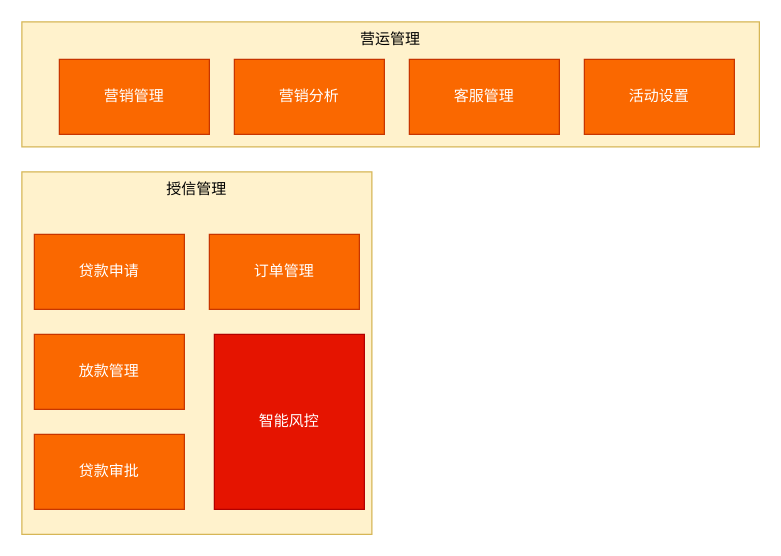
Above: 智能信贷业务应用.drawio in liojian198/Bin-Blog (draw.io), before the change. Source tidied: cells renumbered, new cells numbered last; positions are measured from the earlier drawing's top-left corner, leaving out a move shared by most shapes. Both pictures are drawn from the tidied source at 125%, with x=0, y=0 at pixel (21, 21).
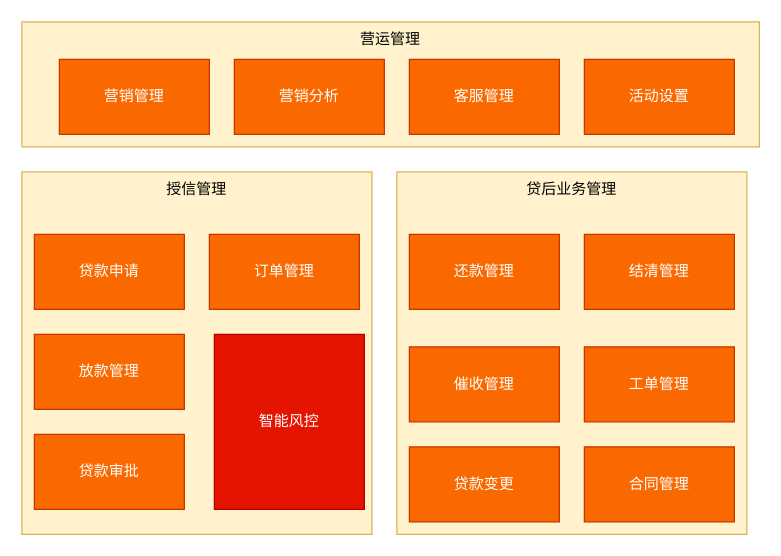
The same page after the edit.

Commit message (it also covers changes not shown here):
更新智能信贷业务应用.drawio

Diff of the diagram source:
```diff
@@
 <mxGraphModel>
   <root>
     <mxCell id="0" />
     <mxCell id="1" parent="0" />
     <mxCell id="2" value="营运管理" style="rounded=0;whiteSpace=wrap;html=1;fillColor=#fff2cc;strokeColor=#d6b656;verticalAlign=top;" parent="1" vertex="1">
       <mxGeometry width="590" height="100" as="geometry" />
     </mxCell>
     <mxCell id="3" value="营销管理" style="rounded=0;whiteSpace=wrap;html=1;fillColor=#fa6800;strokeColor=#C73500;fontColor=#ffffff;" parent="1" vertex="1">
       <mxGeometry x="30" y="30" width="120" height="60" as="geometry" />
     </mxCell>
     <mxCell id="4" value="营销分析" style="rounded=0;whiteSpace=wrap;html=1;fillColor=#fa6800;strokeColor=#C73500;fontColor=#ffffff;" parent="1" vertex="1">
       <mxGeometry x="170" y="30" width="120" height="60" as="geometry" />
     </mxCell>
     <mxCell id="5" value="客服管理" style="rounded=0;whiteSpace=wrap;html=1;fillColor=#fa6800;strokeColor=#C73500;fontColor=#ffffff;" parent="1" vertex="1">
       <mxGeometry x="310" y="30" width="120" height="60" as="geometry" />
     </mxCell>
     <mxCell id="6" value="活动设置" style="rounded=0;whiteSpace=wrap;html=1;fillColor=#fa6800;strokeColor=#C73500;fontColor=#ffffff;" parent="1" vertex="1">
       <mxGeometry x="450" y="30" width="120" height="60" as="geometry" />
     </mxCell>
     <mxCell id="7" value="授信管理" style="rounded=0;whiteSpace=wrap;html=1;fillColor=#fff2cc;strokeColor=#d6b656;verticalAlign=top;" parent="1" vertex="1">
       <mxGeometry y="120" width="280" height="290" as="geometry" />
     </mxCell>
     <mxCell id="8" value="贷款申请" style="rounded=0;whiteSpace=wrap;html=1;fillColor=#fa6800;strokeColor=#C73500;fontColor=#ffffff;" parent="1" vertex="1">
       <mxGeometry x="10" y="170" width="120" height="60" as="geometry" />
     </mxCell>
     <mxCell id="9" value="放款管理" style="rounded=0;whiteSpace=wrap;html=1;fillColor=#fa6800;strokeColor=#C73500;fontColor=#ffffff;" parent="1" vertex="1">
       <mxGeometry x="10" y="250" width="120" height="60" as="geometry" />
     </mxCell>
     <mxCell id="10" value="贷款审批" style="rounded=0;whiteSpace=wrap;html=1;fillColor=#fa6800;strokeColor=#C73500;fontColor=#ffffff;" parent="1" vertex="1">
       <mxGeometry x="10" y="330" width="120" height="60" as="geometry" />
     </mxCell>
     <mxCell id="11" value="订单管理" style="rounded=0;whiteSpace=wrap;html=1;fillColor=#fa6800;strokeColor=#C73500;fontColor=#ffffff;" parent="1" vertex="1">
       <mxGeometry x="150" y="170" width="120" height="60" as="geometry" />
     </mxCell>
     <mxCell id="12" value="智能风控" style="rounded=0;whiteSpace=wrap;html=1;fillColor=#e51400;strokeColor=#B20000;fontColor=#ffffff;" parent="1" vertex="1">
       <mxGeometry x="154" y="250" width="120" height="140" as="geometry" />
     </mxCell>
+    <mxCell id="13" value="贷后业务管理" style="rounded=0;whiteSpace=wrap;html=1;fillColor=#fff2cc;strokeColor=#d6b656;verticalAlign=top;" parent="1" vertex="1">
+      <mxGeometry x="300" y="120" width="280" height="290" as="geometry" />
+    </mxCell>
+    <mxCell id="14" value="还款管理" style="rounded=0;whiteSpace=wrap;html=1;fillColor=#fa6800;strokeColor=#C73500;fontColor=#ffffff;" parent="1" vertex="1">
+      <mxGeometry x="310" y="170" width="120" height="60" as="geometry" />
+    </mxCell>
+    <mxCell id="15" value="催收管理" style="rounded=0;whiteSpace=wrap;html=1;fillColor=#fa6800;strokeColor=#C73500;fontColor=#ffffff;" parent="1" vertex="1">
+      <mxGeometry x="310" y="260" width="120" height="60" as="geometry" />
+    </mxCell>
+    <mxCell id="16" value="贷款变更" style="rounded=0;whiteSpace=wrap;html=1;fillColor=#fa6800;strokeColor=#C73500;fontColor=#ffffff;" parent="1" vertex="1">
+      <mxGeometry x="310" y="340" width="120" height="60" as="geometry" />
+    </mxCell>
+    <mxCell id="17" value="结清管理" style="rounded=0;whiteSpace=wrap;html=1;fillColor=#fa6800;strokeColor=#C73500;fontColor=#ffffff;" parent="1" vertex="1">
+      <mxGeometry x="450" y="170" width="120" height="60" as="geometry" />
+    </mxCell>
+    <mxCell id="18" value="工单管理" style="rounded=0;whiteSpace=wrap;html=1;fillColor=#fa6800;strokeColor=#C73500;fontColor=#ffffff;" parent="1" vertex="1">
+      <mxGeometry x="450" y="260" width="120" height="60" as="geometry" />
+    </mxCell>
+    <mxCell id="19" value="合同管理" style="rounded=0;whiteSpace=wrap;html=1;fillColor=#fa6800;strokeColor=#C73500;fontColor=#ffffff;" parent="1" vertex="1">
+      <mxGeometry x="450" y="340" width="120" height="60" as="geometry" />
+    </mxCell>
   </root>
 </mxGraphModel>
```
